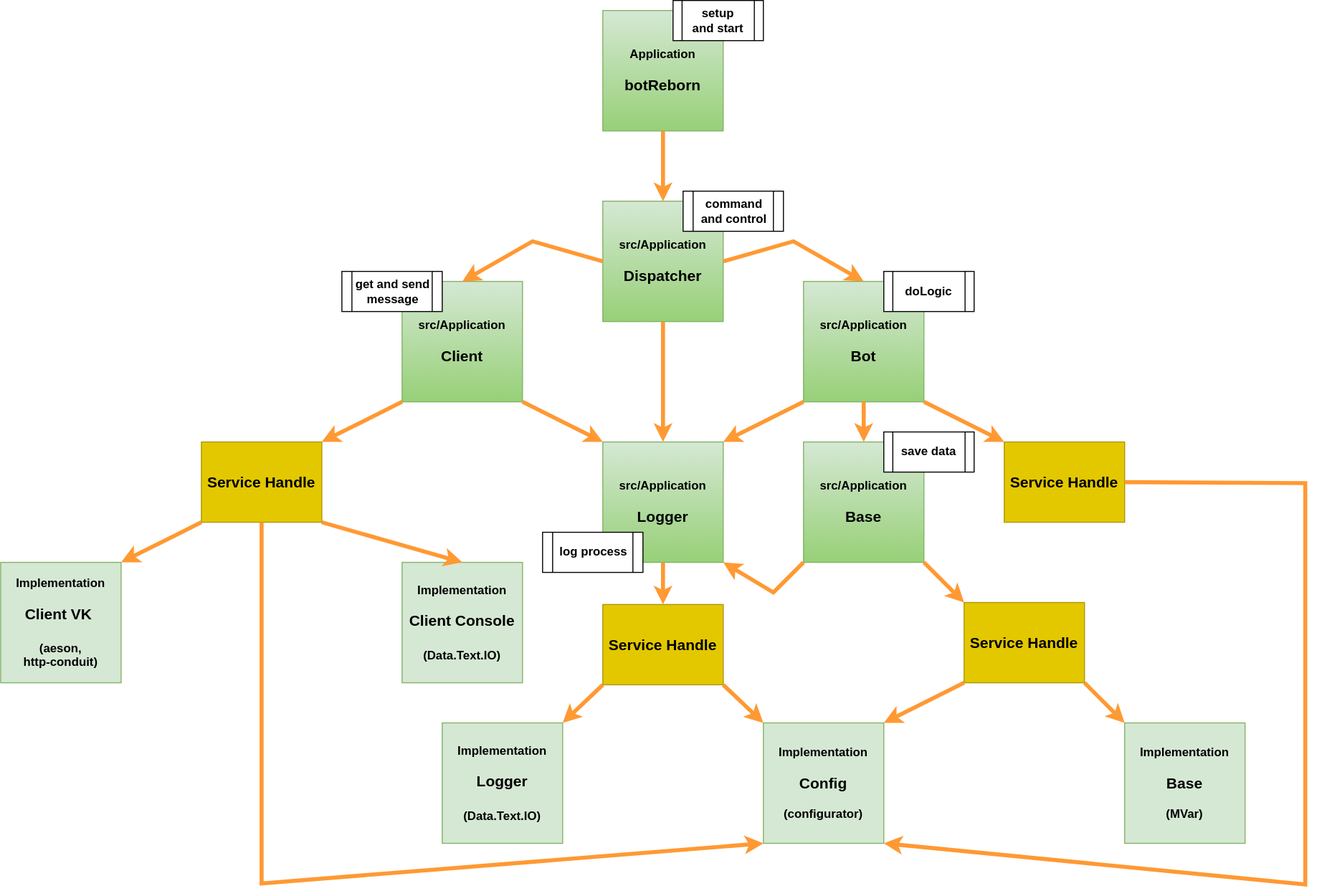
The draw.io diagram config/botReborn.svg in gKrokod/botReborn, before a commit. Source tidied: cells renumbered, new cells last; positions are measured from the earlier drawing's top-left corner, leaving out a move shared by most shapes.
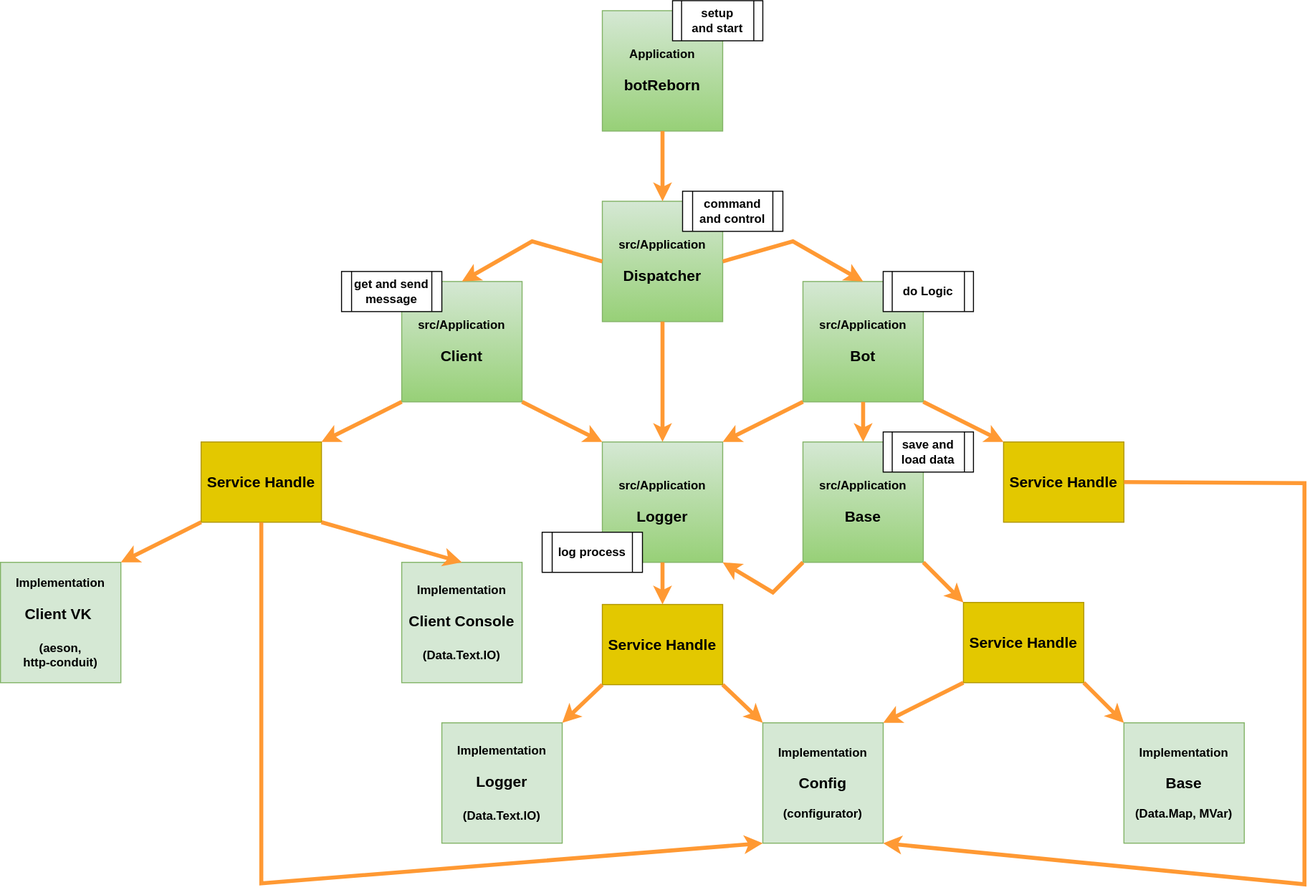
Later version of the same file.

Change to the diagram source:
```diff
@@ -79,7 +79,7 @@
     <mxCell id="24" value="&lt;font style=&quot;font-size: 15px;&quot;&gt;&lt;b&gt;Service Handle&lt;/b&gt;&lt;/font&gt;" style="rounded=0;whiteSpace=wrap;html=1;fillColor=#e3c800;fontColor=#000000;strokeColor=#B09500;" parent="1" vertex="1">
       <mxGeometry x="960" y="600" width="120" height="80" as="geometry" />
     </mxCell>
-    <mxCell id="25" value="&lt;div&gt;&lt;span class=&quot;HwtZe&quot; lang=&quot;en&quot;&gt;Implementation&lt;/span&gt;&lt;/div&gt;&lt;div&gt;&lt;br&gt;&lt;/div&gt;&lt;div&gt;&lt;font style=&quot;font-size: 15px;&quot;&gt;Base&lt;/font&gt;&lt;br&gt;&lt;/div&gt;&lt;div&gt;&lt;br&gt;&lt;/div&gt;&lt;div&gt;(MVar)&lt;/div&gt;" style="whiteSpace=wrap;html=1;fontStyle=1;fillColor=#d5e8d4;strokeColor=#82b366;" parent="1" vertex="1">
+    <mxCell id="25" value="&lt;div&gt;&lt;span class=&quot;HwtZe&quot; lang=&quot;en&quot;&gt;Implementation&lt;/span&gt;&lt;/div&gt;&lt;div&gt;&lt;br&gt;&lt;/div&gt;&lt;div&gt;&lt;font style=&quot;font-size: 15px;&quot;&gt;Base&lt;/font&gt;&lt;br&gt;&lt;/div&gt;&lt;div&gt;&lt;br&gt;&lt;/div&gt;&lt;div&gt;(Data.Map, MVar)&lt;/div&gt;" style="whiteSpace=wrap;html=1;fontStyle=1;fillColor=#d5e8d4;strokeColor=#82b366;" parent="1" vertex="1">
       <mxGeometry x="1120" y="720" width="120" height="120" as="geometry" />
     </mxCell>
     <mxCell id="26" style="endArrow=classic;html=1;rounded=0;exitX=0;exitY=1;exitDx=0;exitDy=0;entryX=1;entryY=1;entryDx=0;entryDy=0;strokeColor=#FF9933;strokeWidth=4;" parent="1" edge="1" source="5" target="6">
@@ -123,7 +123,7 @@
         </Array>
       </mxGeometry>
     </mxCell>
-    <mxCell id="35" value="doLogic" style="shape=process;whiteSpace=wrap;html=1;backgroundOutline=1;fontStyle=1;" parent="1" vertex="1">
+    <mxCell id="35" value="do Logic" style="shape=process;whiteSpace=wrap;html=1;backgroundOutline=1;fontStyle=1;" parent="1" vertex="1">
       <mxGeometry x="880" y="270" width="90" height="40" as="geometry" />
     </mxCell>
     <mxCell id="36" value="command &lt;br&gt;and control" style="shape=process;whiteSpace=wrap;html=1;backgroundOutline=1;fontStyle=1;" parent="1" vertex="1">
@@ -141,7 +141,7 @@
     <mxCell id="40" value="log process" style="shape=process;whiteSpace=wrap;html=1;backgroundOutline=1;fontStyle=1;" parent="1" vertex="1">
       <mxGeometry x="540" y="530" width="100" height="40" as="geometry" />
     </mxCell>
-    <mxCell id="41" value="save data" style="shape=process;whiteSpace=wrap;html=1;backgroundOutline=1;fontStyle=1;" parent="1" vertex="1">
+    <mxCell id="41" value="save and load data" style="shape=process;whiteSpace=wrap;html=1;backgroundOutline=1;fontStyle=1;" parent="1" vertex="1">
       <mxGeometry x="880" y="430" width="90" height="40" as="geometry" />
     </mxCell>
     <mxCell id="42" value="setup &lt;br&gt;and start" style="shape=process;whiteSpace=wrap;html=1;backgroundOutline=1;fontStyle=1;" parent="1" vertex="1">
```
